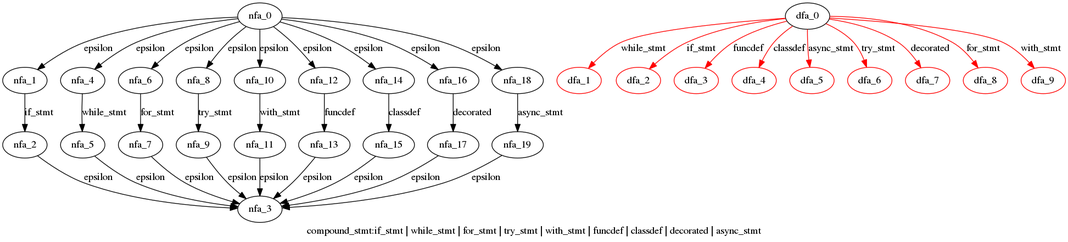
The Graphviz diagram cpython/grammar/handwrite/nfa_dfas/39.compound_stmt.dot.png in WinChua/blog, before a commit. Its source is kept beside it as cpython/grammar/handwrite/nfa_dfas/39.compound_stmt.dot.
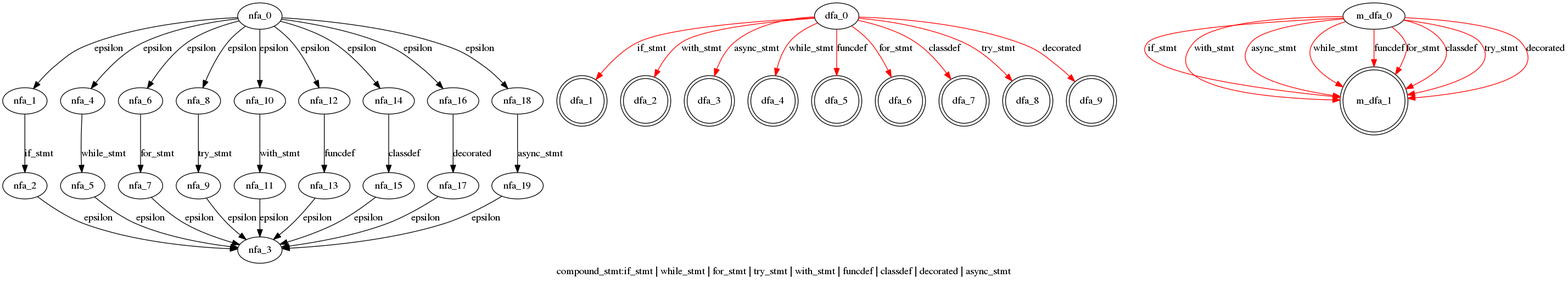
After the commit.

The edit, as a diff of the source:
```diff
@@ -30,23 +30,35 @@
   nfa_19->nfa_3[label="epsilon"]
   }
  subgraph compound_stmt_dfa {
-  dfa_0->dfa_1[label="while_stmt",color=red]
-  dfa_0->dfa_2[label="if_stmt",color=red]
-  dfa_0->dfa_3[label="funcdef",color=red]
-  dfa_0->dfa_4[label="classdef",color=red]
-  dfa_0->dfa_5[label="async_stmt",color=red]
-  dfa_0->dfa_6[label="try_stmt",color=red]
-  dfa_0->dfa_7[label="decorated",color=red]
-  dfa_0->dfa_8[label="for_stmt",color=red]
-  dfa_0->dfa_9[label="with_stmt",color=red]
-  dfa_1[color=red]
-  dfa_2[color=red]
-  dfa_3[color=red]
-  dfa_4[color=red]
-  dfa_5[color=red]
-  dfa_6[color=red]
-  dfa_7[color=red]
-  dfa_8[color=red]
-  dfa_9[color=red]
+  dfa_0->dfa_1[label="if_stmt",color=red]
+  dfa_0->dfa_2[label="with_stmt",color=red]
+  dfa_0->dfa_3[label="async_stmt",color=red]
+  dfa_0->dfa_4[label="while_stmt",color=red]
+  dfa_0->dfa_5[label="funcdef",color=red]
+  dfa_0->dfa_6[label="for_stmt",color=red]
+  dfa_0->dfa_7[label="classdef",color=red]
+  dfa_0->dfa_8[label="try_stmt",color=red]
+  dfa_0->dfa_9[label="decorated",color=red]
+  dfa_1[shape=doublecircle]
+  dfa_2[shape=doublecircle]
+  dfa_3[shape=doublecircle]
+  dfa_4[shape=doublecircle]
+  dfa_5[shape=doublecircle]
+  dfa_6[shape=doublecircle]
+  dfa_7[shape=doublecircle]
+  dfa_8[shape=doublecircle]
+  dfa_9[shape=doublecircle]
+  }
+ subgraph compound_stmt_m_dfa {
+  m_dfa_0->m_dfa_1[label="if_stmt",color=red]
+  m_dfa_0->m_dfa_1[label="with_stmt",color=red]
+  m_dfa_0->m_dfa_1[label="async_stmt",color=red]
+  m_dfa_0->m_dfa_1[label="while_stmt",color=red]
+  m_dfa_0->m_dfa_1[label="funcdef",color=red]
+  m_dfa_0->m_dfa_1[label="for_stmt",color=red]
+  m_dfa_0->m_dfa_1[label="classdef",color=red]
+  m_dfa_0->m_dfa_1[label="try_stmt",color=red]
+  m_dfa_0->m_dfa_1[label="decorated",color=red]
+  m_dfa_1[shape=doublecircle]
   }
 }
```
